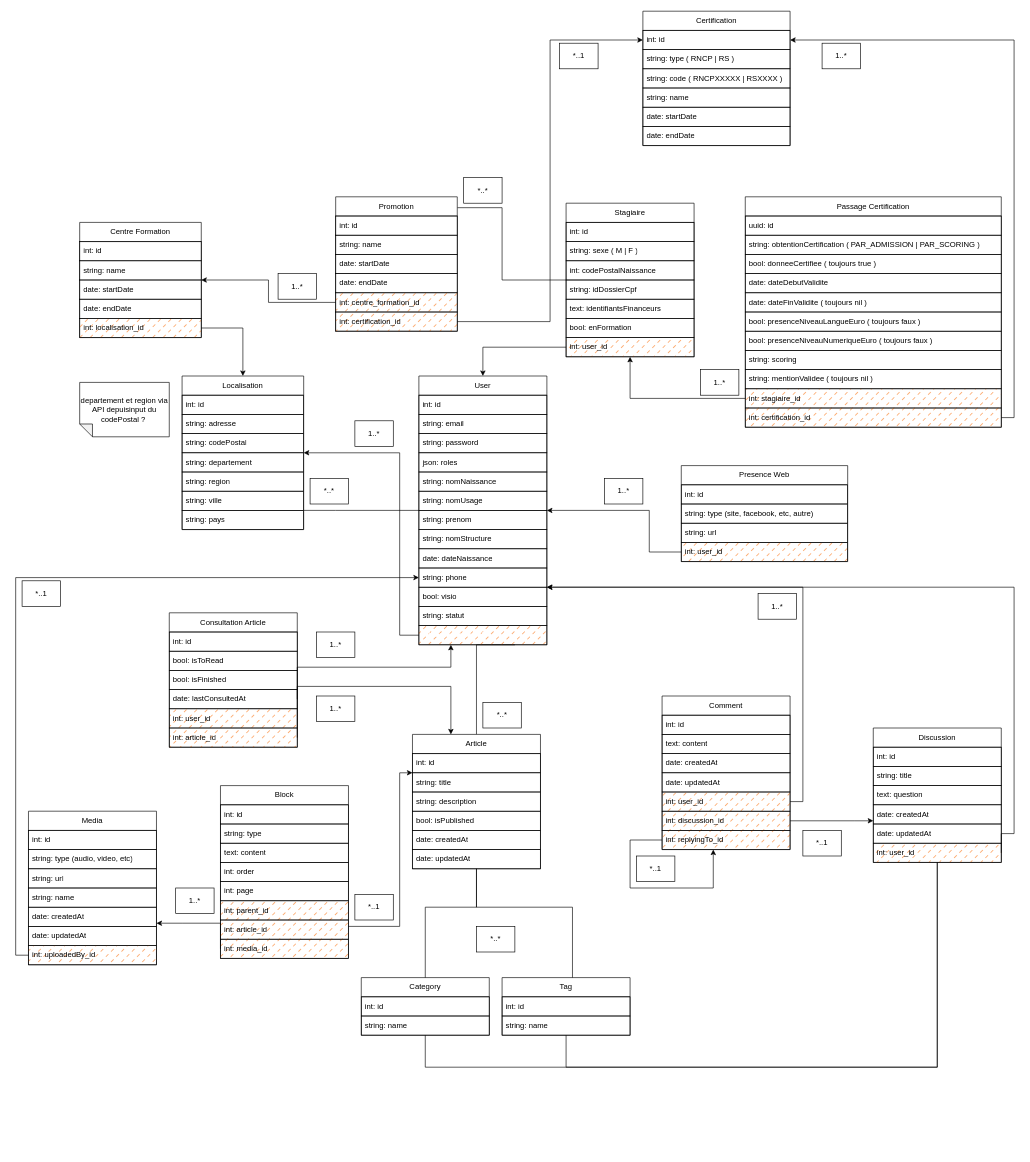
Above: MCD.drawio in ecole-richard-cross/espace-numerique (draw.io), before the change. Source tidied: cells renumbered, new cells numbered last; positions are measured from the earlier drawing's top-left corner, leaving out a move shared by most shapes. Both pictures are drawn from the tidied source at 64%, with x=0, y=0 at pixel (15, 11).
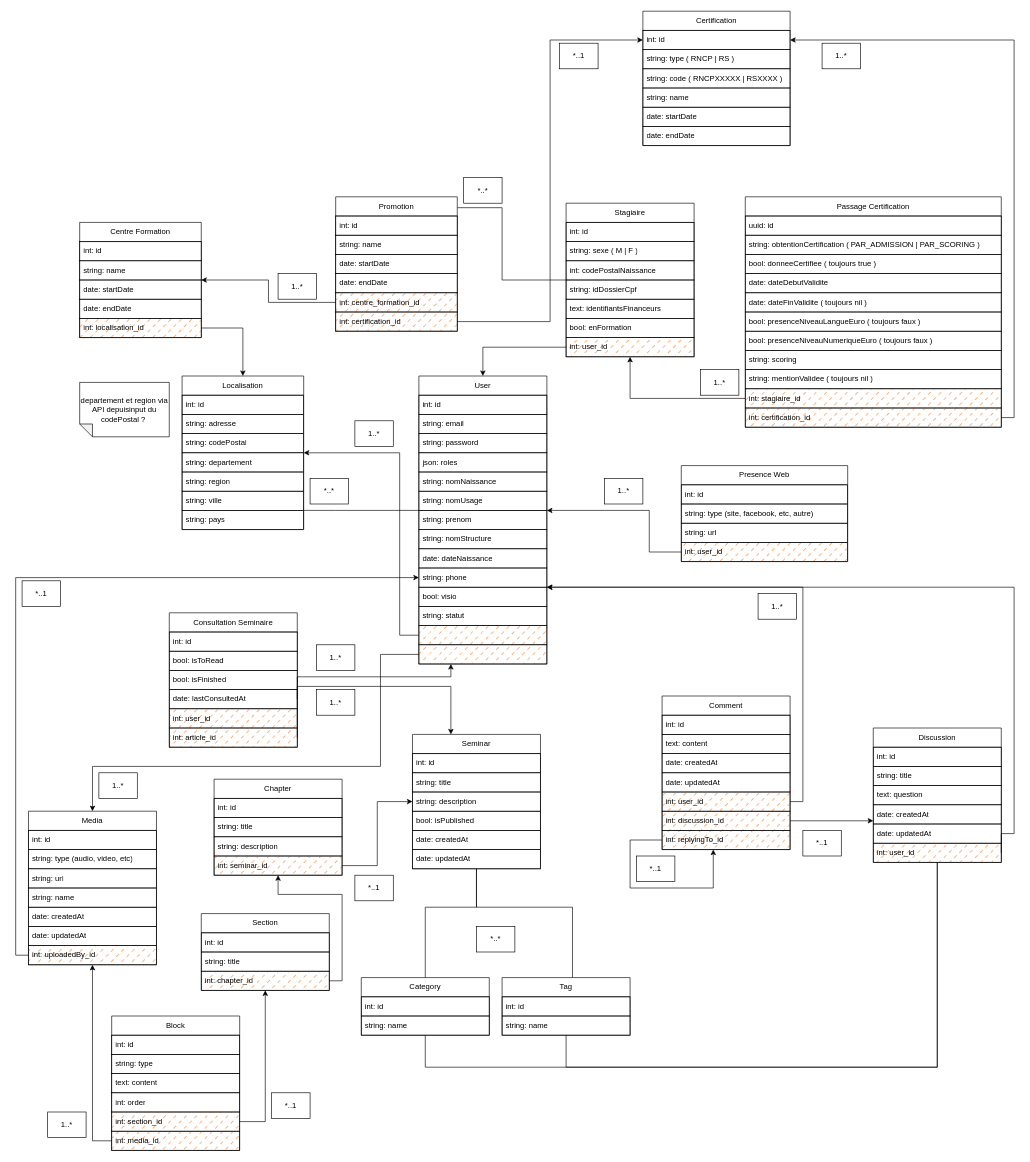
After the change.

Commit message:
feat/dev: MCD seminar/chapter/section/block)

Unchanged cells that the change refers to:
```xml
<mxCell id="105" value="Media" style="swimlane;fontStyle=0;horizontal=1;startSize=30;whiteSpace=wrap;html=1;rounded=0;labelBackgroundColor=none;shadow=0;swimlaneLine=1;fillOpacity=100;snapToPoint=0;fixDash=0;backgroundOutline=0;enumerate=0;comic=0;strokeColor=default;" parent="1" vertex="1">
  <mxGeometry x="20" y="1250" width="200" height="240" as="geometry" />
</mxCell>
<mxCell id="118" value="date: lastConsultedAt" style="text;align=left;verticalAlign=middle;spacingLeft=4;spacingRight=4;overflow=hidden;points=[[0,0.5],[1,0.5]];portConstraint=eastwest;whiteSpace=wrap;html=1;rounded=0;labelBackgroundColor=none;shadow=0;swimlaneLine=1;fillOpacity=100;snapToPoint=0;fixDash=0;backgroundOutline=0;enumerate=0;comic=0;strokeColor=default;" parent="114" vertex="1">
  <mxGeometry y="120" width="200" height="30" as="geometry" />
</mxCell>
```

Change to the diagram source:
```diff
@@
-    <mxCell id="70" style="edgeStyle=orthogonalEdgeStyle;rounded=0;html=1;exitX=0.75;exitY=1;exitDx=0;exitDy=0;startArrow=none;startFill=0;endArrow=none;endFill=0;" parent="1" edge="1" source="71" target="89">
-      <mxGeometry relative="1" as="geometry">
-        <Array as="points">
-          <mxPoint x="720" y="990" />
-        </Array>
-      </mxGeometry>
-    </mxCell>
     <mxCell id="71" value="User" style="swimlane;fontStyle=0;horizontal=1;startSize=30;whiteSpace=wrap;html=1;rounded=0;labelBackgroundColor=none;shadow=0;swimlaneLine=1;fillOpacity=100;snapToPoint=0;fixDash=0;backgroundOutline=0;enumerate=0;comic=0;strokeColor=default;" parent="1" vertex="1">
-      <mxGeometry x="630" y="570" width="200" height="420" as="geometry" />
+      <mxGeometry x="630" y="570" width="200" height="450" as="geometry" />
     </mxCell>
@@
+    <mxCell id="164" value="int: avatar_id" style="text;align=left;verticalAlign=middle;spacingLeft=4;spacingRight=4;overflow=hidden;points=[[0,0.5],[1,0.5]];portConstraint=eastwest;whiteSpace=wrap;html=1;rounded=0;labelBackgroundColor=none;shadow=0;swimlaneLine=1;fillOpacity=100;snapToPoint=0;fixDash=0;backgroundOutline=0;enumerate=0;comic=0;strokeColor=default;fillColor=#FA6800;fontColor=#ffffff;fillStyle=dashed;" parent="71" vertex="1">
+      <mxGeometry y="420" width="200" height="30" as="geometry" />
+    </mxCell>
@@
-    <mxCell id="88" style="edgeStyle=orthogonalEdgeStyle;html=1;rounded=0;endArrow=none;endFill=0;startArrow=classic;startFill=1;" parent="1" edge="1" source="89" target="123">
-      <mxGeometry relative="1" as="geometry">
-        <Array as="points">
-          <mxPoint x="600" y="1190" />
-          <mxPoint x="600" y="1430" />
-        </Array>
-      </mxGeometry>
-    </mxCell>
-    <mxCell id="89" value="Article" style="swimlane;fontStyle=0;horizontal=1;startSize=30;whiteSpace=wrap;html=1;rounded=0;labelBackgroundColor=none;shadow=0;swimlaneLine=1;fillOpacity=100;snapToPoint=0;fixDash=0;backgroundOutline=0;enumerate=0;comic=0;strokeColor=default;" parent="1" vertex="1">
+    <mxCell id="89" value="Seminar" style="swimlane;fontStyle=0;horizontal=1;startSize=30;whiteSpace=wrap;html=1;rounded=0;labelBackgroundColor=none;shadow=0;swimlaneLine=1;fillOpacity=100;snapToPoint=0;fixDash=0;backgroundOutline=0;enumerate=0;comic=0;strokeColor=default;" parent="1" vertex="1">
       <mxGeometry x="620" y="1130" width="200" height="210" as="geometry" />
     </mxCell>
@@
     <mxCell id="97" value="1..*" style="text;align=center;html=1;verticalAlign=middle;whiteSpace=wrap;rounded=0;labelBackgroundColor=none;shadow=0;swimlaneLine=1;fillOpacity=100;fixDash=0;backgroundOutline=0;enumerate=0;comic=0;strokeColor=default;" parent="1" vertex="1">
-      <mxGeometry x="470" y="1070" width="60" height="40" as="geometry" />
+      <mxGeometry x="470" y="1060" width="60" height="40" as="geometry" />
     </mxCell>
@@
     <mxCell id="113" style="edgeStyle=orthogonalEdgeStyle;html=1;rounded=0;exitX=1;exitY=0.5;exitDx=0;exitDy=0;" parent="1" edge="1" source="118" target="71">
       <mxGeometry relative="1" as="geometry">
         <Array as="points">
-          <mxPoint x="680" y="1025" />
+          <mxPoint x="440" y="1040" />
+          <mxPoint x="680" y="1040" />
         </Array>
       </mxGeometry>
     </mxCell>
-    <mxCell id="114" value="Consultation Article" style="swimlane;fontStyle=0;horizontal=1;startSize=30;whiteSpace=wrap;html=1;rounded=0;labelBackgroundColor=none;shadow=0;swimlaneLine=1;fillOpacity=100;fixDash=0;backgroundOutline=0;enumerate=0;comic=0;strokeColor=default;" parent="1" vertex="1">
+    <mxCell id="114" value="Consultation Seminaire" style="swimlane;fontStyle=0;horizontal=1;startSize=30;whiteSpace=wrap;html=1;rounded=0;labelBackgroundColor=none;shadow=0;swimlaneLine=1;fillOpacity=100;fixDash=0;backgroundOutline=0;enumerate=0;comic=0;strokeColor=default;" parent="1" vertex="1">
       <mxGeometry x="240" y="940" width="200" height="210" as="geometry" />
     </mxCell>
@@
     <mxCell id="123" value="Block" style="swimlane;fontStyle=0;horizontal=1;startSize=30;whiteSpace=wrap;html=1;rounded=0;labelBackgroundColor=none;shadow=0;swimlaneLine=1;fillOpacity=100;snapToPoint=0;fixDash=0;backgroundOutline=0;enumerate=0;comic=0;strokeColor=default;" parent="1" vertex="1">
-      <mxGeometry x="320" y="1210" width="200" height="270" as="geometry" />
+      <mxGeometry x="150" y="1570" width="200" height="210" as="geometry" />
     </mxCell>
@@
-    <mxCell id="128" value="int: page" style="text;align=left;verticalAlign=middle;spacingLeft=4;spacingRight=4;overflow=hidden;whiteSpace=wrap;html=1;rounded=0;labelBackgroundColor=none;shadow=0;swimlaneLine=1;fillOpacity=100;fixDash=0;backgroundOutline=0;enumerate=0;comic=0;strokeColor=default;" parent="123" vertex="1">
-      <mxGeometry y="150" width="200" height="30" as="geometry" />
-    </mxCell>
-    <mxCell id="129" value="int: parent_id" style="text;align=left;verticalAlign=middle;spacingLeft=4;spacingRight=4;overflow=hidden;points=[[0,0.5],[1,0.5]];portConstraint=eastwest;whiteSpace=wrap;html=1;rounded=0;labelBackgroundColor=none;shadow=0;swimlaneLine=1;fillOpacity=100;snapToPoint=0;fixDash=0;backgroundOutline=0;enumerate=0;comic=0;strokeColor=default;fillColor=#FA6800;fillStyle=dashed;" parent="123" vertex="1">
-      <mxGeometry y="180" width="200" height="30" as="geometry" />
+    <mxCell id="129" value="int: section_id" style="text;align=left;verticalAlign=middle;spacingLeft=4;spacingRight=4;overflow=hidden;points=[[0,0.5],[1,0.5]];portConstraint=eastwest;whiteSpace=wrap;html=1;rounded=0;labelBackgroundColor=none;shadow=0;swimlaneLine=1;fillOpacity=100;snapToPoint=0;fixDash=0;backgroundOutline=0;enumerate=0;comic=0;strokeColor=default;fillColor=#FA6800;fillStyle=dashed;" parent="123" vertex="1">
+      <mxGeometry y="150" width="200" height="30" as="geometry" />
     </mxCell>
-    <mxCell id="130" value="int: article_id" style="text;align=left;verticalAlign=middle;spacingLeft=4;spacingRight=4;overflow=hidden;whiteSpace=wrap;html=1;rounded=0;labelBackgroundColor=none;shadow=0;swimlaneLine=1;fillOpacity=100;fixDash=0;backgroundOutline=0;enumerate=0;comic=0;strokeColor=default;fillColor=#FA6800;fillStyle=dashed;" parent="123" vertex="1">
-      <mxGeometry y="210" width="200" height="30" as="geometry" />
-    </mxCell>
     <mxCell id="131" value="int: media_id" style="text;align=left;verticalAlign=middle;spacingLeft=4;spacingRight=4;overflow=hidden;points=[[0,0.5],[1,0.5]];portConstraint=eastwest;whiteSpace=wrap;html=1;rounded=0;labelBackgroundColor=none;shadow=0;swimlaneLine=1;fillOpacity=100;snapToPoint=0;fixDash=0;backgroundOutline=0;enumerate=0;comic=0;strokeColor=default;fillColor=#FA6800;fillStyle=dashed;" parent="123" vertex="1">
-      <mxGeometry y="240" width="200" height="30" as="geometry" />
+      <mxGeometry y="180" width="200" height="30" as="geometry" />
     </mxCell>
     <mxCell id="132" value="*..1" style="text;align=center;html=1;verticalAlign=middle;whiteSpace=wrap;rounded=0;labelBackgroundColor=none;shadow=0;swimlaneLine=1;fillOpacity=100;fixDash=0;backgroundOutline=0;enumerate=0;comic=0;strokeColor=default;" parent="1" vertex="1">
-      <mxGeometry x="530" y="1380" width="60" height="40" as="geometry" />
+      <mxGeometry x="530" y="1350" width="60" height="40" as="geometry" />
     </mxCell>
@@
     <mxCell id="134" value="1..*" style="text;align=center;html=1;verticalAlign=middle;whiteSpace=wrap;rounded=0;labelBackgroundColor=none;shadow=0;swimlaneLine=1;fillOpacity=100;fixDash=0;backgroundOutline=0;enumerate=0;comic=0;strokeColor=default;" parent="1" vertex="1">
-      <mxGeometry x="470" y="970" width="60" height="40" as="geometry" />
+      <mxGeometry x="470" y="990" width="60" height="40" as="geometry" />
     </mxCell>
-    <mxCell id="135" value="1..*" style="text;align=center;html=1;verticalAlign=middle;whiteSpace=wrap;rounded=0;labelBackgroundColor=none;shadow=0;swimlaneLine=1;fillOpacity=100;fixDash=0;backgroundOutline=0;enumerate=0;comic=0;strokeColor=default;" parent="1" vertex="1">
-      <mxGeometry x="250" y="1370" width="60" height="40" as="geometry" />
-    </mxCell>
-    <mxCell id="136" value="*..*" style="text;align=center;html=1;verticalAlign=middle;whiteSpace=wrap;rounded=0;labelBackgroundColor=none;shadow=0;swimlaneLine=1;fillOpacity=100;fixDash=0;backgroundOutline=0;enumerate=0;comic=0;strokeColor=default;" parent="1" vertex="1">
-      <mxGeometry x="730" y="1080" width="60" height="40" as="geometry" />
-    </mxCell>
-    <mxCell id="137" style="edgeStyle=orthogonalEdgeStyle;rounded=0;html=1;exitX=0;exitY=0.5;exitDx=0;exitDy=0;startArrow=none;startFill=0;endArrow=classic;endFill=1;" parent="1" edge="1" source="131" target="105">
-      <mxGeometry relative="1" as="geometry">
-        <Array as="points">
-          <mxPoint x="260" y="1425" />
-          <mxPoint x="260" y="1425" />
-        </Array>
-      </mxGeometry>
-    </mxCell>
@@
+    <mxCell id="165" value="Chapter" style="swimlane;fontStyle=0;horizontal=1;startSize=30;whiteSpace=wrap;html=1;rounded=0;labelBackgroundColor=none;shadow=0;swimlaneLine=1;fillOpacity=100;snapToPoint=0;fixDash=0;backgroundOutline=0;enumerate=0;comic=0;strokeColor=default;" parent="1" vertex="1">
+      <mxGeometry x="310" y="1200" width="200" height="150" as="geometry" />
+    </mxCell>
+    <mxCell id="166" value="int: id" style="text;align=left;verticalAlign=middle;spacingLeft=4;spacingRight=4;overflow=hidden;whiteSpace=wrap;html=1;rounded=0;labelBackgroundColor=none;shadow=0;swimlaneLine=1;fillOpacity=100;fixDash=0;backgroundOutline=0;enumerate=0;comic=0;strokeColor=default;" parent="165" vertex="1">
+      <mxGeometry y="30" width="200" height="30" as="geometry" />
+    </mxCell>
+    <mxCell id="167" value="string: title" style="text;align=left;verticalAlign=middle;spacingLeft=4;spacingRight=4;overflow=hidden;whiteSpace=wrap;html=1;rounded=0;labelBackgroundColor=none;shadow=0;swimlaneLine=1;fillOpacity=100;fixDash=0;backgroundOutline=0;enumerate=0;comic=0;strokeColor=default;" parent="165" vertex="1">
+      <mxGeometry y="60" width="200" height="30" as="geometry" />
+    </mxCell>
+    <mxCell id="168" value="string: description" style="text;align=left;verticalAlign=middle;spacingLeft=4;spacingRight=4;overflow=hidden;whiteSpace=wrap;html=1;rounded=0;labelBackgroundColor=none;shadow=0;swimlaneLine=1;fillOpacity=100;fixDash=0;backgroundOutline=0;enumerate=0;comic=0;strokeColor=default;" parent="165" vertex="1">
+      <mxGeometry y="90" width="200" height="30" as="geometry" />
+    </mxCell>
+    <mxCell id="169" value="int: seminar_id" style="text;align=left;verticalAlign=middle;spacingLeft=4;spacingRight=4;overflow=hidden;points=[[0,0.5],[1,0.5]];portConstraint=eastwest;whiteSpace=wrap;html=1;rounded=0;labelBackgroundColor=none;shadow=0;swimlaneLine=1;fillOpacity=100;snapToPoint=0;fixDash=0;backgroundOutline=0;enumerate=0;comic=0;strokeColor=default;fillColor=#FA6800;fillStyle=dashed;" parent="165" vertex="1">
+      <mxGeometry y="120" width="200" height="30" as="geometry" />
+    </mxCell>
+    <mxCell id="170" value="Section" style="swimlane;fontStyle=0;horizontal=1;startSize=30;whiteSpace=wrap;html=1;rounded=0;labelBackgroundColor=none;shadow=0;swimlaneLine=1;fillOpacity=100;snapToPoint=0;fixDash=0;backgroundOutline=0;enumerate=0;comic=0;strokeColor=default;" parent="1" vertex="1">
+      <mxGeometry x="290" y="1410" width="200" height="120" as="geometry" />
+    </mxCell>
+    <mxCell id="171" value="int: id" style="text;align=left;verticalAlign=middle;spacingLeft=4;spacingRight=4;overflow=hidden;whiteSpace=wrap;html=1;rounded=0;labelBackgroundColor=none;shadow=0;swimlaneLine=1;fillOpacity=100;fixDash=0;backgroundOutline=0;enumerate=0;comic=0;strokeColor=default;" parent="170" vertex="1">
+      <mxGeometry y="30" width="200" height="30" as="geometry" />
+    </mxCell>
+    <mxCell id="172" value="string: title" style="text;align=left;verticalAlign=middle;spacingLeft=4;spacingRight=4;overflow=hidden;whiteSpace=wrap;html=1;rounded=0;labelBackgroundColor=none;shadow=0;swimlaneLine=1;fillOpacity=100;fixDash=0;backgroundOutline=0;enumerate=0;comic=0;strokeColor=default;" parent="170" vertex="1">
+      <mxGeometry y="60" width="200" height="30" as="geometry" />
+    </mxCell>
+    <mxCell id="173" value="int: chapter_id" style="text;align=left;verticalAlign=middle;spacingLeft=4;spacingRight=4;overflow=hidden;points=[[0,0.5],[1,0.5]];portConstraint=eastwest;whiteSpace=wrap;html=1;rounded=0;labelBackgroundColor=none;shadow=0;swimlaneLine=1;fillOpacity=100;snapToPoint=0;fixDash=0;backgroundOutline=0;enumerate=0;comic=0;strokeColor=default;fillColor=#FA6800;fillStyle=dashed;" parent="170" vertex="1">
+      <mxGeometry y="90" width="200" height="30" as="geometry" />
+    </mxCell>
+    <mxCell id="174" style="edgeStyle=orthogonalEdgeStyle;html=1;exitX=1;exitY=0.5;exitDx=0;exitDy=0;rounded=0;" parent="1" edge="1" source="169" target="89">
+      <mxGeometry relative="1" as="geometry" />
+    </mxCell>
+    <mxCell id="175" style="edgeStyle=orthogonalEdgeStyle;rounded=0;html=1;exitX=1;exitY=0.5;exitDx=0;exitDy=0;" parent="1" edge="1" source="173" target="165">
+      <mxGeometry relative="1" as="geometry">
+        <Array as="points">
+          <mxPoint x="510" y="1515" />
+          <mxPoint x="510" y="1380" />
+          <mxPoint x="410" y="1380" />
+        </Array>
+      </mxGeometry>
+    </mxCell>
+    <mxCell id="176" style="edgeStyle=orthogonalEdgeStyle;rounded=0;html=1;exitX=1;exitY=0.5;exitDx=0;exitDy=0;" parent="1" edge="1" source="129" target="170">
+      <mxGeometry relative="1" as="geometry" />
+    </mxCell>
+    <mxCell id="177" value="*..1" style="text;align=center;html=1;verticalAlign=middle;whiteSpace=wrap;rounded=0;labelBackgroundColor=none;shadow=0;swimlaneLine=1;fillOpacity=100;fixDash=0;backgroundOutline=0;enumerate=0;comic=0;strokeColor=default;" parent="1" vertex="1">
+      <mxGeometry x="400" y="1690" width="60" height="40" as="geometry" />
+    </mxCell>
+    <mxCell id="137" style="edgeStyle=orthogonalEdgeStyle;rounded=0;html=1;exitX=0;exitY=0.5;exitDx=0;exitDy=0;" parent="1" edge="1" source="131" target="105">
+      <mxGeometry relative="1" as="geometry" />
+    </mxCell>
+    <mxCell id="178" value="1..*" style="text;align=center;html=1;verticalAlign=middle;whiteSpace=wrap;rounded=0;labelBackgroundColor=none;shadow=0;swimlaneLine=1;fillOpacity=100;fixDash=0;backgroundOutline=0;enumerate=0;comic=0;strokeColor=default;" parent="1" vertex="1">
+      <mxGeometry x="50" y="1720" width="60" height="40" as="geometry" />
+    </mxCell>
+    <mxCell id="179" style="edgeStyle=orthogonalEdgeStyle;rounded=0;html=1;exitX=0;exitY=0.5;exitDx=0;exitDy=0;" parent="1" edge="1" source="164" target="105">
+      <mxGeometry relative="1" as="geometry">
+        <Array as="points">
+          <mxPoint x="570" y="1005" />
+          <mxPoint x="570" y="1180" />
+          <mxPoint x="120" y="1180" />
+        </Array>
+      </mxGeometry>
+    </mxCell>
+    <mxCell id="180" value="1..*" style="text;align=center;html=1;verticalAlign=middle;whiteSpace=wrap;rounded=0;labelBackgroundColor=none;shadow=0;swimlaneLine=1;fillOpacity=100;fixDash=0;backgroundOutline=0;enumerate=0;comic=0;strokeColor=default;" parent="1" vertex="1">
+      <mxGeometry x="130" y="1190" width="60" height="40" as="geometry" />
+    </mxCell>
```
